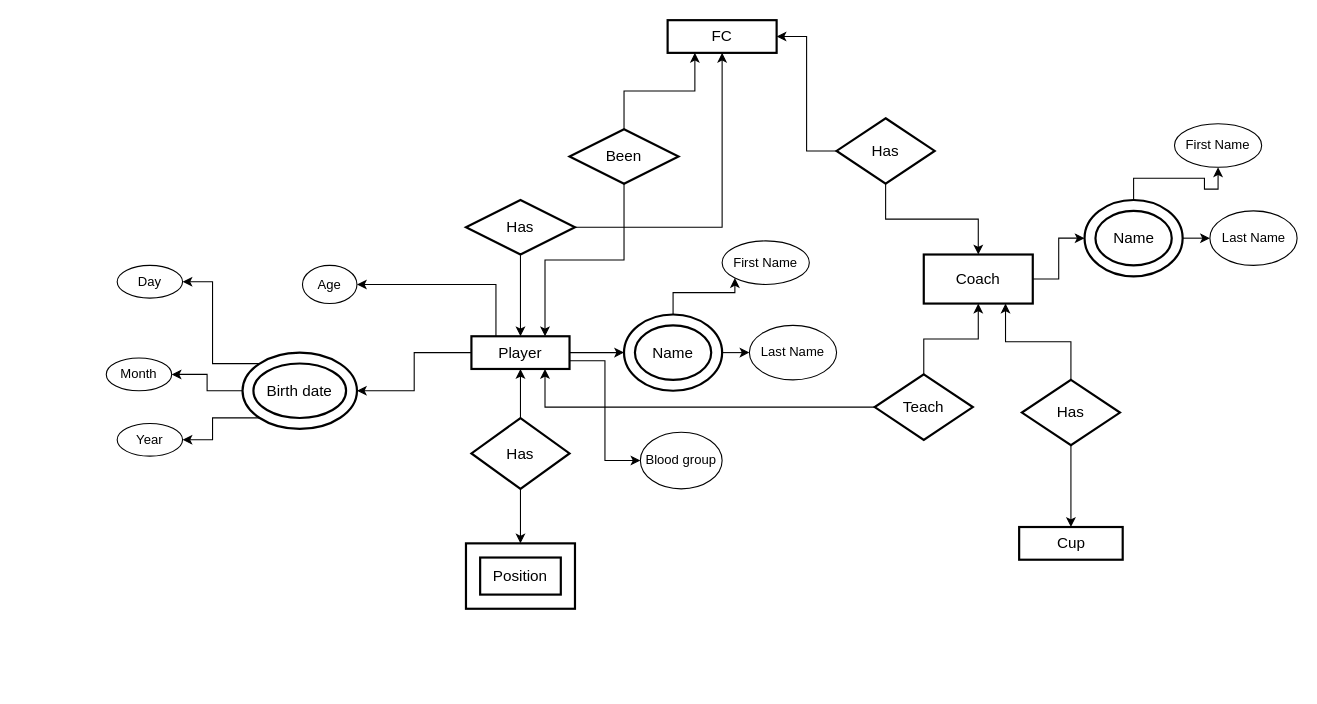
Above: ER-Assignment.drawio in ali4heydari/AP_19 (draw.io), before the change. Source tidied: cells renumbered, new cells numbered last; positions are measured from the earlier drawing's top-left corner, leaving out a move shared by most shapes. Both pictures are drawn from the tidied source at 109%, with x=0, y=0 at pixel (106, 20).
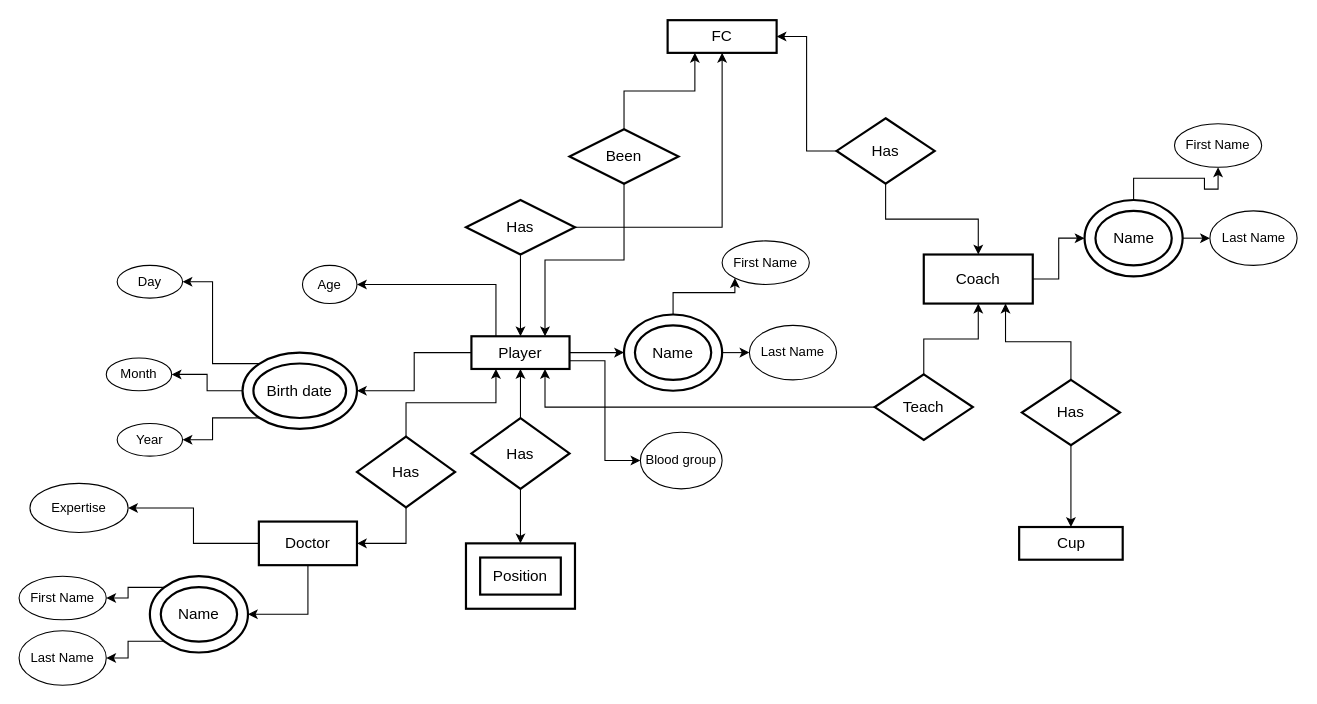
The same diagram, later.

Unchanged cells that the change refers to:
```xml
<mxCell id="7" value="Player&lt;br&gt;" style="strokeWidth=2;whiteSpace=wrap;html=1;align=center;fontSize=14;" parent="1" vertex="1">
  <mxGeometry x="335" y="290" width="90" height="30" as="geometry" />
</mxCell>
```

What changed in the source:
```diff
@@
+    <mxCell id="49" style="edgeStyle=orthogonalEdgeStyle;rounded=0;jettySize=auto;html=1;exitX=0.5;exitY=1;exitDx=0;exitDy=0;entryX=1;entryY=0.5;entryDx=0;entryDy=0;" parent="1" edge="1" source="51" target="54">
+      <mxGeometry relative="1" as="geometry" />
+    </mxCell>
+    <mxCell id="50" style="edgeStyle=orthogonalEdgeStyle;rounded=0;jettySize=auto;html=1;" parent="1" edge="1" source="51" target="60">
+      <mxGeometry relative="1" as="geometry" />
+    </mxCell>
+    <mxCell id="51" value="Doctor" style="strokeWidth=2;whiteSpace=wrap;html=1;align=center;fontSize=14;" parent="1" vertex="1">
+      <mxGeometry x="140" y="460" width="90" height="40" as="geometry" />
+    </mxCell>
+    <mxCell id="52" style="edgeStyle=orthogonalEdgeStyle;rounded=0;jettySize=auto;html=1;exitX=0;exitY=0;exitDx=0;exitDy=0;entryX=1;entryY=0.5;entryDx=0;entryDy=0;" parent="1" edge="1" source="54" target="55">
+      <mxGeometry relative="1" as="geometry" />
+    </mxCell>
+    <mxCell id="53" style="edgeStyle=orthogonalEdgeStyle;rounded=0;jettySize=auto;html=1;exitX=0;exitY=1;exitDx=0;exitDy=0;entryX=1;entryY=0.5;entryDx=0;entryDy=0;" parent="1" edge="1" source="54" target="56">
+      <mxGeometry relative="1" as="geometry" />
+    </mxCell>
+    <mxCell id="54" value="Name" style="ellipse;shape=doubleEllipse;margin=10;strokeWidth=2;fontSize=14;whiteSpace=wrap;html=1;align=center;" parent="1" vertex="1">
+      <mxGeometry x="40" y="510.1" width="90" height="70" as="geometry" />
+    </mxCell>
+    <mxCell id="55" value="First Name&lt;br&gt;" style="ellipse;whiteSpace=wrap;html=1;" parent="1" vertex="1">
+      <mxGeometry x="-80" y="510.1" width="80" height="40" as="geometry" />
+    </mxCell>
+    <mxCell id="56" value="Last Name" style="ellipse;whiteSpace=wrap;html=1;" parent="1" vertex="1">
+      <mxGeometry x="-80" y="560.1" width="80" height="50" as="geometry" />
+    </mxCell>
+    <mxCell id="57" style="edgeStyle=orthogonalEdgeStyle;rounded=0;jettySize=auto;html=1;entryX=1;entryY=0.5;entryDx=0;entryDy=0;" parent="1" edge="1" source="59" target="51">
+      <mxGeometry relative="1" as="geometry" />
+    </mxCell>
+    <mxCell id="58" style="edgeStyle=orthogonalEdgeStyle;rounded=0;jettySize=auto;html=1;exitX=0.5;exitY=0;exitDx=0;exitDy=0;entryX=0.25;entryY=1;entryDx=0;entryDy=0;" parent="1" edge="1" source="59" target="7">
+      <mxGeometry relative="1" as="geometry" />
+    </mxCell>
+    <mxCell id="59" value="Has" style="shape=rhombus;strokeWidth=2;fontSize=17;perimeter=rhombusPerimeter;whiteSpace=wrap;html=1;align=center;fontSize=14;" parent="1" vertex="1">
+      <mxGeometry x="230" y="382" width="90" height="65" as="geometry" />
+    </mxCell>
+    <mxCell id="60" value="Expertise" style="ellipse;whiteSpace=wrap;html=1;" parent="1" vertex="1">
+      <mxGeometry x="-70" y="425" width="90" height="45" as="geometry" />
+    </mxCell>
```
